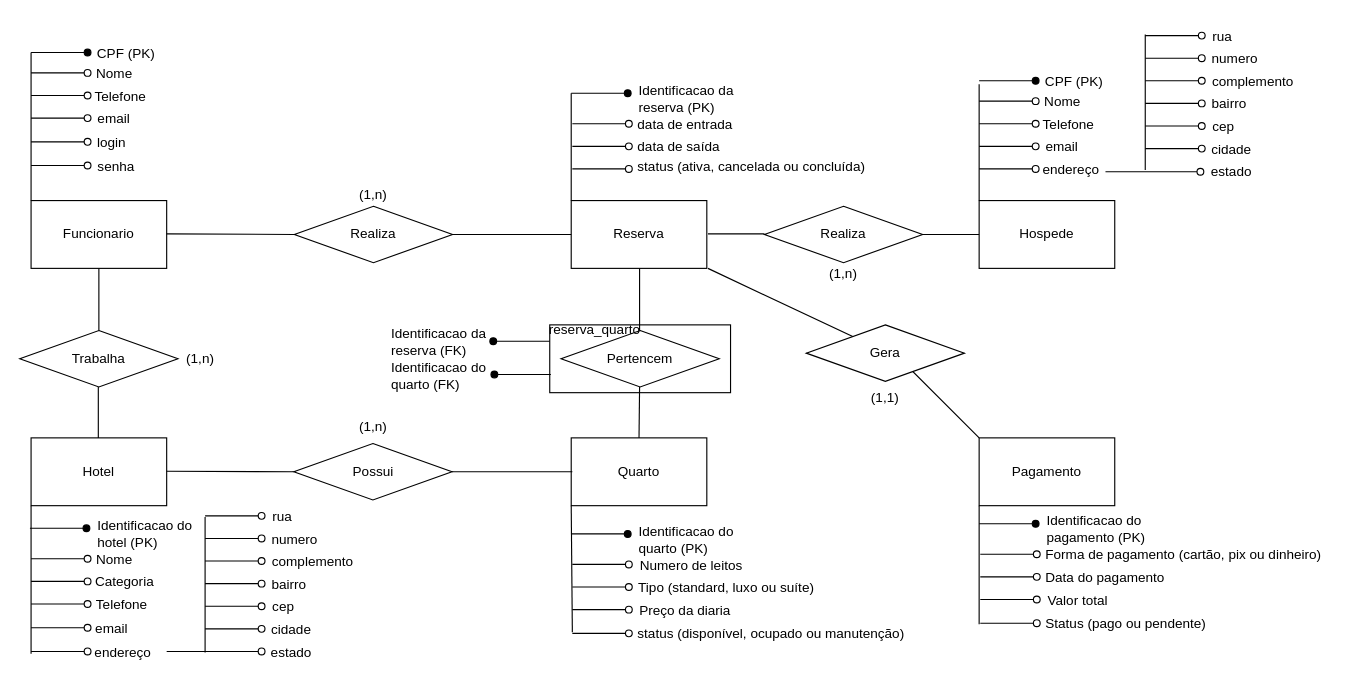
The draw.io diagram diagram/Trabalho1.drawio in EuFontoura/Trabalho1_BancoDeDados, before the edit. Source tidied: cells renumbered, new cells numbered last; positions are measured from the earlier drawing's top-left corner, leaving out a move shared by most shapes. Both pictures are drawn from the tidied source at 113%, with x=0, y=0 at pixel (19, 19).
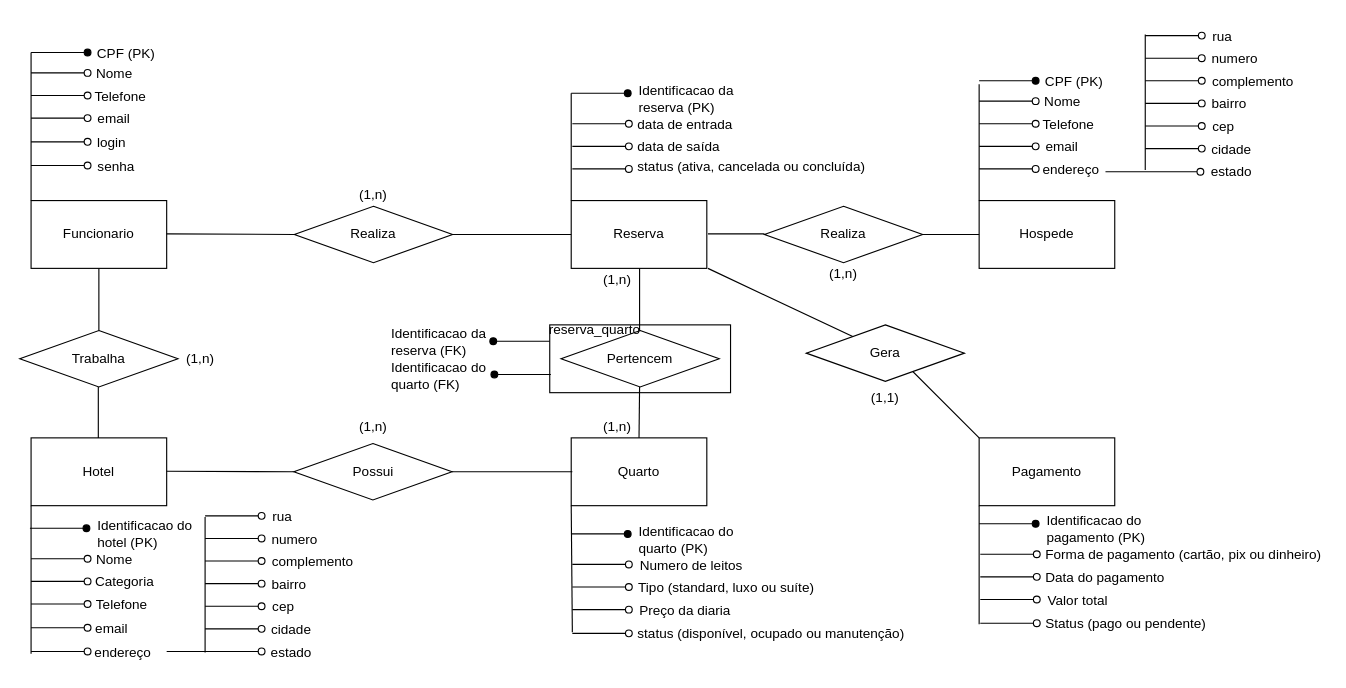
After the change.

Diff of the diagram source:
```diff
@@
+    <mxCell id="140" value="(1,n)" style="text;html=1;align=center;verticalAlign=middle;whiteSpace=wrap;rounded=0;" parent="1" vertex="1">
+      <mxGeometry x="499" y="215" width="60" height="30" as="geometry" />
+    </mxCell>
+    <mxCell id="141" value="(1,n)" style="text;html=1;align=center;verticalAlign=middle;whiteSpace=wrap;rounded=0;" parent="1" vertex="1">
+      <mxGeometry x="499" y="345" width="60" height="30" as="geometry" />
+    </mxCell>
```
